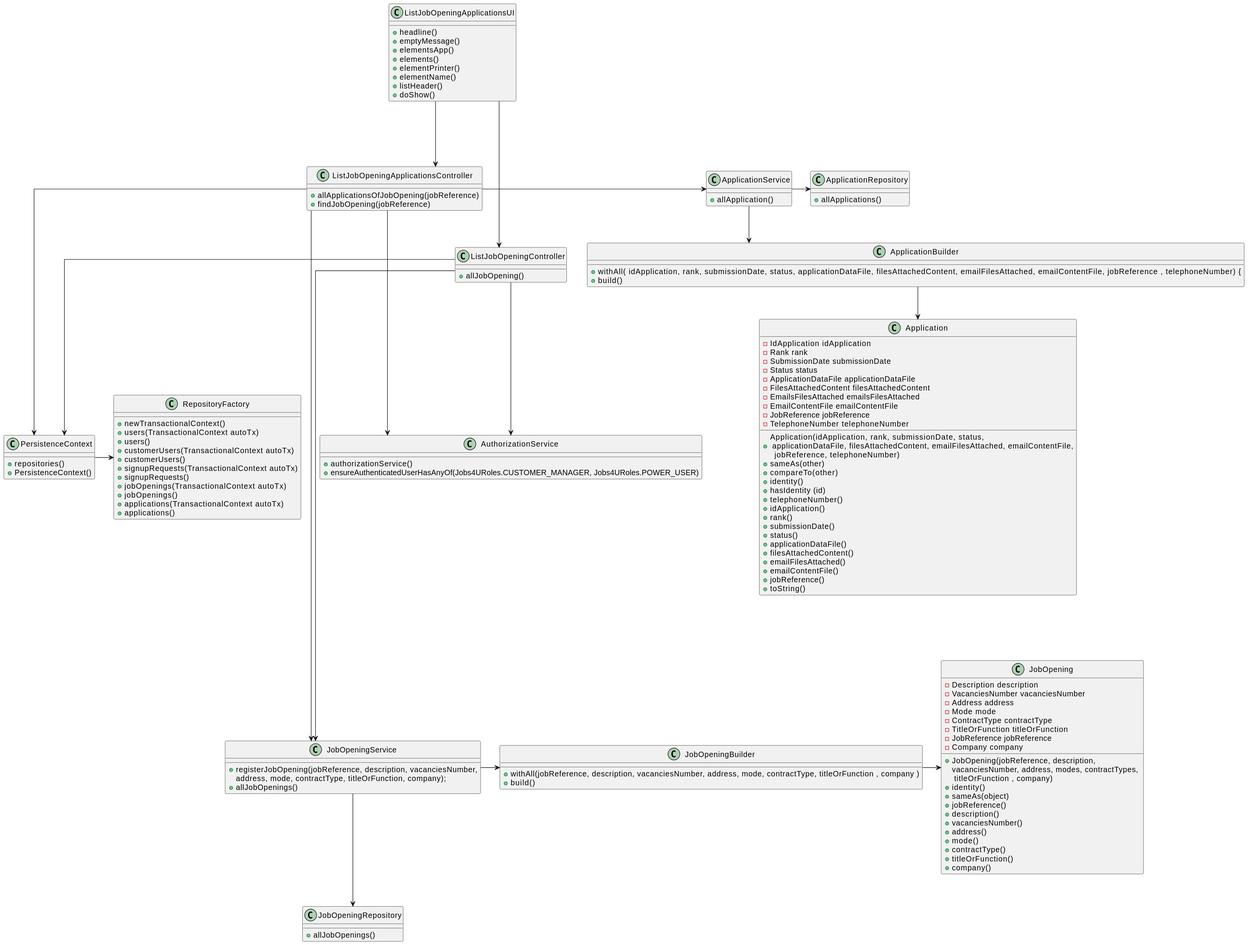
This is docs/SprintB/list-job-openings'-application/class-diagram.svg from MiguelCardoso77/LAPR4, a PlantUML export, as it was before one commit. Source of this version:
```plantuml
@startuml
skinparam linetype ortho
top to bottom direction

class ListJobOpeningApplicationsUI{
    + headline()
    + emptyMessage()
    + elementsApp()
    + elements()
    + elementPrinter()
    + elementName()
    + listHeader()
    + doShow()
}


class ListJobOpeningController {
    + allJobOpening()
}

class ListJobOpeningApplicationsController{
    + allApplicationsOfJobOpening(jobReference)
    + findJobOpening(jobReference)
}

class JobOpening {
   - Description description
   - VacanciesNumber vacanciesNumber
   - Address address
   - Mode mode
   - ContractType contractType
   - TitleOrFunction titleOrFunction
   - JobReference jobReference
   - Company company

   + JobOpening(jobReference, description,
   vacanciesNumber, address, modes, contractTypes, \n titleOrFunction , company)
   + identity()
   + sameAs(object)
   + jobReference()
   + description()
   + vacanciesNumber()
   + address()
   + mode()
   + contractType()
   + titleOrFunction()
   + company()
}

class JobOpeningRepository {
    + allJobOpenings()
}

class JobOpeningService {
    + registerJobOpening(jobReference, description, vacanciesNumber,
    address, mode, contractType, titleOrFunction, company);
    + allJobOpenings()
}

class JobOpeningBuilder {
    + withAll(jobReference, description, vacanciesNumber, address, mode, contractType, titleOrFunction , company )
    + build()
}

class Application{
    - IdApplication idApplication
    - Rank rank
    - SubmissionDate submissionDate
    - Status status
    - ApplicationDataFile applicationDataFile
    - FilesAttachedContent filesAttachedContent
    - EmailsFilesAttached emailsFilesAttached
    - EmailContentFile emailContentFile
    - JobReference jobReference
    - TelephoneNumber telephoneNumber

    + Application(idApplication,  rank,  submissionDate,  status, \n applicationDataFile,  filesAttachedContent, emailFilesAttached,  emailContentFile,\n  jobReference,  telephoneNumber)
    + sameAs(other)
    + compareTo(other)
    + identity()
    + hasIdentity (id)
    + telephoneNumber()
    + idApplication()
    + rank()
    + submissionDate()
    + status()
    + applicationDataFile()
    + filesAttachedContent()
    + emailFilesAttached()
    + emailContentFile()
    + jobReference()
    + toString()

}

class ApplicationBuilder{

    + withAll( idApplication,  rank,  submissionDate,  status,  applicationDataFile,  filesAttachedContent,  emailFilesAttached,  emailContentFile,  jobReference ,  telephoneNumber) {
    + build()
}

class ApplicationRepository{

    + allApplications()

}

class ApplicationService{

    + allApplication()

}





class AuthorizationService {
    + authorizationService()
    + ensureAuthenticatedUserHasAnyOf(Jobs4URoles.CUSTOMER_MANAGER, Jobs4URoles.POWER_USER)
}







class PersistenceContext {
    + repositories()
    + PersistenceContext()
}

class RepositoryFactory{
    + newTransactionalContext()
    + users(TransactionalContext autoTx)
    + users()
    + customerUsers(TransactionalContext autoTx)
    + customerUsers()
    + signupRequests(TransactionalContext autoTx)
    + signupRequests()
    + jobOpenings(TransactionalContext autoTx)
    + jobOpenings()
    + applications(TransactionalContext autoTx)
    + applications()
}

ListJobOpeningApplicationsUI --> ListJobOpeningApplicationsController
ListJobOpeningApplicationsUI ----> ListJobOpeningController
ListJobOpeningApplicationsController --> AuthorizationService
ListJobOpeningApplicationsController ---> PersistenceContext
PersistenceContext -> RepositoryFactory

ListJobOpeningController ----> JobOpeningService
ListJobOpeningController --> AuthorizationService
ListJobOpeningController --> PersistenceContext


ListJobOpeningApplicationsController ---> JobOpeningService
JobOpeningService --> JobOpeningRepository
JobOpeningService -> JobOpeningBuilder
JobOpeningBuilder -> JobOpening

ListJobOpeningApplicationsController -> ApplicationService
ApplicationService -> ApplicationRepository
ApplicationService --> ApplicationBuilder
ApplicationBuilder --> Application
@enduml
```
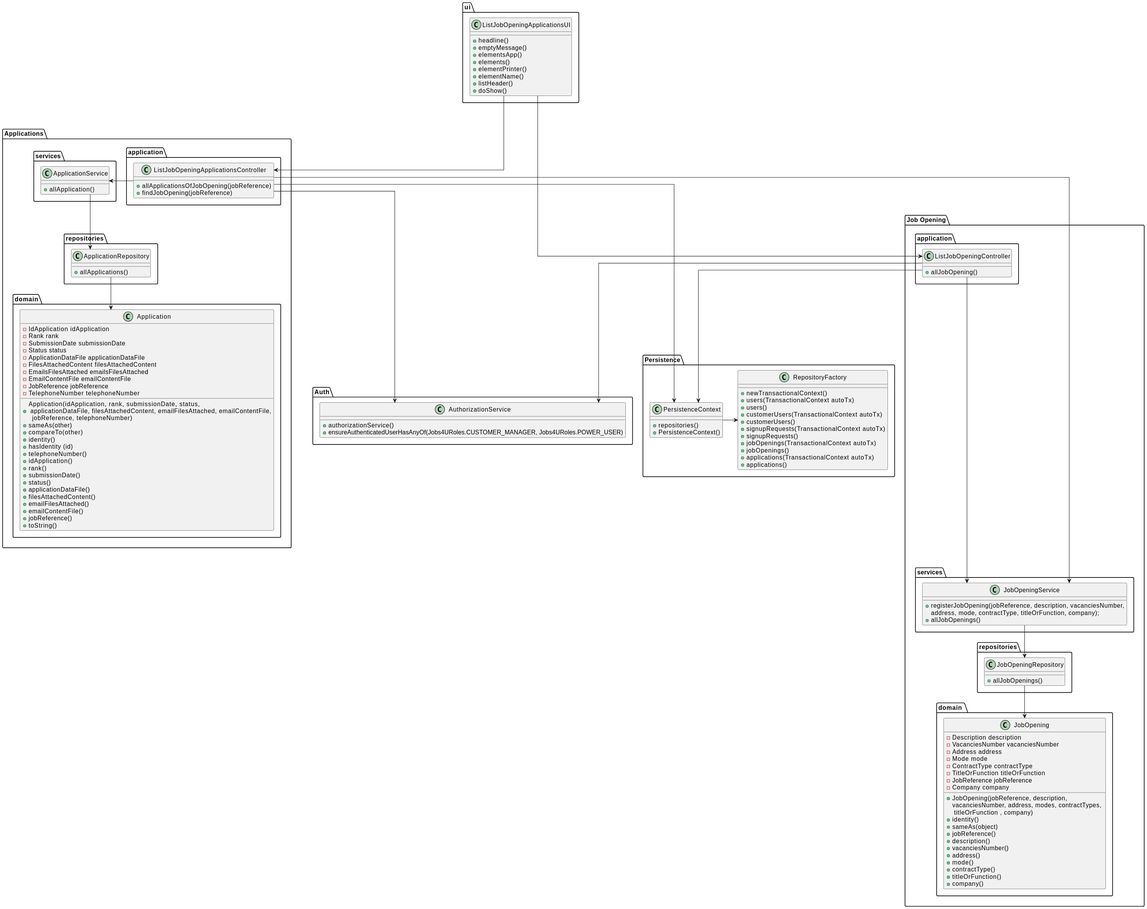
After the commit.

What changed in the source:
```diff
@@ -1,6 +1,8 @@
 @startuml
 skinparam linetype ortho
 top to bottom direction
+
+package "ui"{
 
 class ListJobOpeningApplicationsUI{
     + headline()
@@ -12,17 +14,24 @@
     + listHeader()
     + doShow()
 }
+}
 
 
-class ListJobOpeningController {
-    + allJobOpening()
-}
 
-class ListJobOpeningApplicationsController{
-    + allApplicationsOfJobOpening(jobReference)
-    + findJobOpening(jobReference)
-}
 
+
+
+
+
+  package "Job Opening"{
+
+package "application"{
+  class ListJobOpeningController {
+      + allJobOpening()
+  }
+  }
+
+  package "domain " {
 class JobOpening {
    - Description description
    - VacanciesNumber vacanciesNumber
@@ -46,21 +55,39 @@
    + titleOrFunction()
    + company()
 }
+}
 
+
+package "repositories"{
 class JobOpeningRepository {
     + allJobOpenings()
 }
+}
 
+ package "services"{
 class JobOpeningService {
     + registerJobOpening(jobReference, description, vacanciesNumber,
     address, mode, contractType, titleOrFunction, company);
     + allJobOpenings()
 }
+}
+}
 
-class JobOpeningBuilder {
-    + withAll(jobReference, description, vacanciesNumber, address, mode, contractType, titleOrFunction , company )
-    + build()
+
+
+
+
+package "Applications" {
+
+package "application" {
+
+
+class ListJobOpeningApplicationsController{
+    + allApplicationsOfJobOpening(jobReference)
+    + findJobOpening(jobReference)
 }
+}
+    package "domain"{
 
 class Application{
     - IdApplication idApplication
@@ -92,18 +119,19 @@
     + toString()
 
 }
+}
 
-class ApplicationBuilder{
 
-    + withAll( idApplication,  rank,  submissionDate,  status,  applicationDataFile,  filesAttachedContent,  emailFilesAttached,  emailContentFile,  jobReference ,  telephoneNumber) {
-    + build()
-}
+    package "repositories"{
 
 class ApplicationRepository{
 
     + allApplications()
 
 }
+}
+
+    package "services"{
 
 class ApplicationService{
 
@@ -111,13 +139,18 @@
 
 }
 
+}
+}
 
 
 
 
+package "Auth"{
+
 class AuthorizationService {
     + authorizationService()
     + ensureAuthenticatedUserHasAnyOf(Jobs4URoles.CUSTOMER_MANAGER, Jobs4URoles.POWER_USER)
+}
 }
 
 
@@ -125,11 +158,12 @@
 
 
 
-
+package "Persistence" {
 class PersistenceContext {
     + repositories()
     + PersistenceContext()
 }
+
 
 class RepositoryFactory{
     + newTransactionalContext()
@@ -143,6 +177,7 @@
     + jobOpenings()
     + applications(TransactionalContext autoTx)
     + applications()
+}
 }
 
 ListJobOpeningApplicationsUI --> ListJobOpeningApplicationsController
@@ -158,11 +193,9 @@
 
 ListJobOpeningApplicationsController ---> JobOpeningService
 JobOpeningService --> JobOpeningRepository
-JobOpeningService -> JobOpeningBuilder
-JobOpeningBuilder -> JobOpening
+JobOpeningRepository --> JobOpening
 
 ListJobOpeningApplicationsController -> ApplicationService
-ApplicationService -> ApplicationRepository
-ApplicationService --> ApplicationBuilder
-ApplicationBuilder --> Application
+ApplicationService --> ApplicationRepository
+ApplicationRepository --> Application
 @enduml
```
